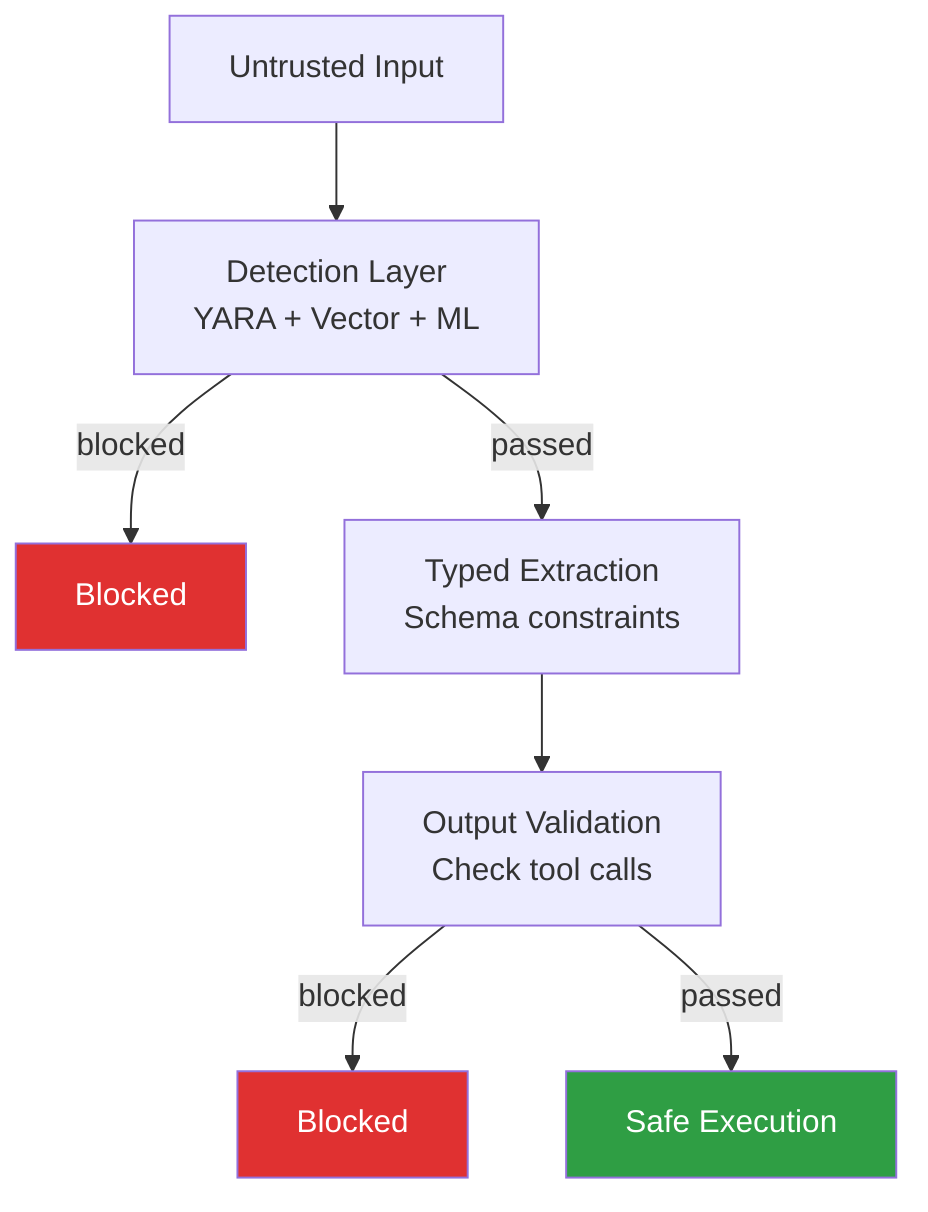
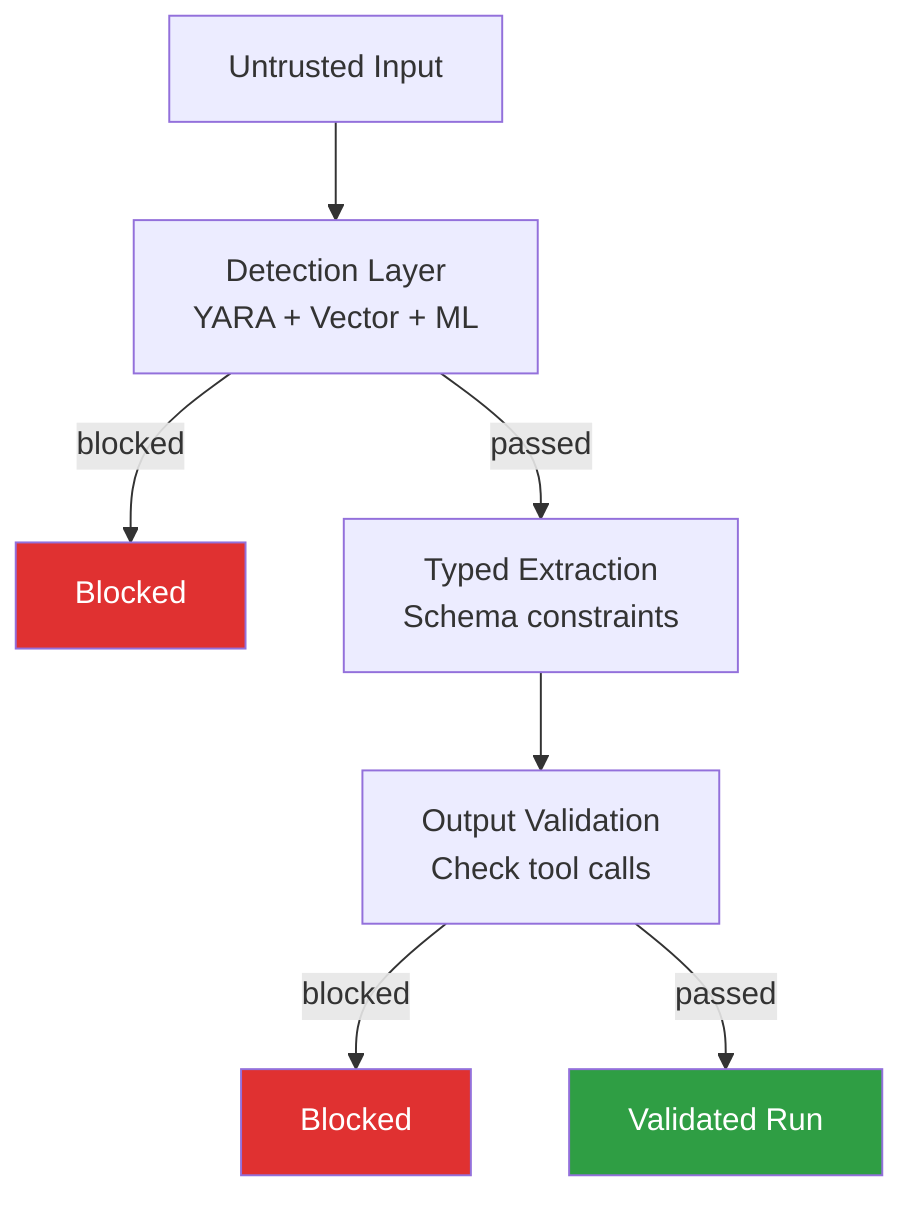
flowchart TD
    Input[Untrusted Input] --> Detect[Detection Layer<br/>YARA + Vector + ML]
    Detect -->|blocked| B1[Blocked]
    Detect -->|passed| Extract[Typed Extraction<br/>Schema constraints]
    Extract --> Validate[Output Validation<br/>Check tool calls]
    Validate -->|blocked| B2[Blocked]
-     Validate -->|passed| Execute[Safe Execution]
+     Validate -->|passed| Execute[Validated Run]

    style B1 fill:#e03131,color:#fff
    style B2 fill:#e03131,color:#fff
    style Execute fill:#2f9e44,color:#fff
